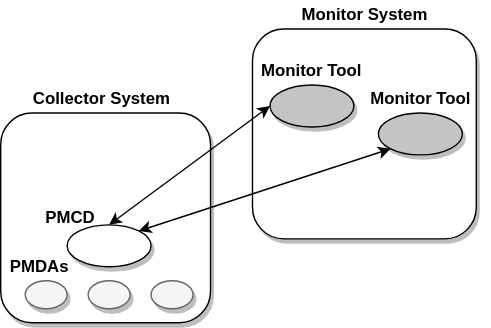
Before: images/remote-deploy.svg, a diagram exported from draw.io (performancecopilot/pcp). Source tidied: cells renumbered, new cells last; positions are measured from the earlier drawing's top-left corner, leaving out a move shared by most shapes.
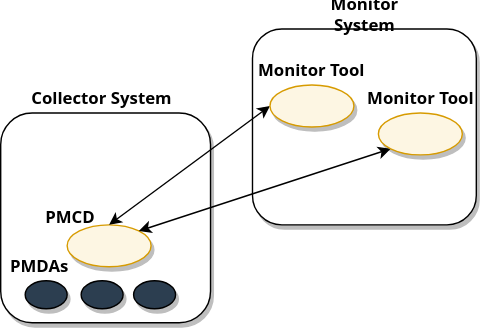
After the change.

Change to the diagram source:
```diff
@@ -2,53 +2,57 @@
   <root>
     <mxCell id="0" />
     <mxCell id="1" parent="0" />
-    <mxCell id="2" style="rounded=1;whiteSpace=wrap;html=1;shadow=1;fontStyle=1;" parent="1" vertex="1">
+    <mxCell id="2" style="rounded=1;whiteSpace=wrap;html=1;shadow=1;fontStyle=1;fontFamily=Sans;" parent="1" vertex="1">
       <mxGeometry y="80" width="150" height="150" as="geometry" />
     </mxCell>
-    <mxCell id="3" style="rounded=1;whiteSpace=wrap;html=1;shadow=1;fontStyle=1;" parent="1" vertex="1">
-      <mxGeometry x="180" y="20" width="160" height="150" as="geometry" />
+    <mxCell id="3" style="rounded=1;whiteSpace=wrap;html=1;shadow=1;fontStyle=1;fontFamily=Sans;" parent="1" vertex="1">
+      <mxGeometry x="180" y="20" width="160" height="140" as="geometry" />
     </mxCell>
-    <mxCell id="4" style="ellipse;whiteSpace=wrap;html=1;fillColor=#C4C4C4;shadow=1;fontStyle=1;" parent="1" vertex="1">
-      <mxGeometry x="192.5" y="60" width="60" height="30" as="geometry" />
-    </mxCell>
-    <mxCell id="5" style="ellipse;whiteSpace=wrap;html=1;fillColor=#C4C4C4;shadow=1;fontStyle=1;" parent="1" vertex="1">
-      <mxGeometry x="270" y="80" width="60" height="30" as="geometry" />
-    </mxCell>
-    <mxCell id="6" style="ellipse;whiteSpace=wrap;html=1;shadow=1;fontStyle=1;" parent="1" vertex="1">
+    <mxCell id="6" style="ellipse;whiteSpace=wrap;html=1;shadow=1;fontStyle=1;fillColor=#FDF6E3;strokeColor=#D79B00;fontFamily=Sans;" parent="1" vertex="1">
       <mxGeometry x="47.5" y="160" width="60" height="30" as="geometry" />
     </mxCell>
-    <mxCell id="7" style="ellipse;whiteSpace=wrap;html=1;fillColor=#f5f5f5;strokeColor=#666666;fontColor=#333333;shadow=1;fontStyle=1;" parent="1" vertex="1">
+    <mxCell id="7" style="ellipse;whiteSpace=wrap;html=1;fontColor=#333333;shadow=1;fontStyle=1;fillColor=#2C3E50;fontFamily=Sans;" parent="1" vertex="1">
       <mxGeometry x="17.5" y="200" width="30" height="20" as="geometry" />
     </mxCell>
-    <mxCell id="8" style="ellipse;whiteSpace=wrap;html=1;fillColor=#f5f5f5;strokeColor=#666666;fontColor=#333333;shadow=1;fontStyle=1;" parent="1" vertex="1">
-      <mxGeometry x="62.5" y="200" width="30" height="20" as="geometry" />
-    </mxCell>
-    <mxCell id="9" style="ellipse;whiteSpace=wrap;html=1;fillColor=#f5f5f5;strokeColor=#666666;fontColor=#333333;shadow=1;fontStyle=1;" parent="1" vertex="1">
-      <mxGeometry x="107.5" y="200" width="30" height="20" as="geometry" />
-    </mxCell>
-    <mxCell id="10" style="endArrow=classic;startArrow=classic;html=1;exitX=0.5;exitY=0;exitDx=0;exitDy=0;entryX=0;entryY=0.5;entryDx=0;entryDy=0;shadow=0;fontStyle=1;" parent="1" edge="1" source="6" target="4">
-      <mxGeometry relative="1" as="geometry" />
+    <mxCell id="10" style="endArrow=classic;startArrow=classic;html=1;exitX=0.5;exitY=0;exitDx=0;exitDy=0;entryX=0;entryY=0.5;entryDx=0;entryDy=0;shadow=0;fontStyle=1;fontFamily=Sans;" parent="1" edge="1" source="6">
+      <mxGeometry relative="1" as="geometry">
+        <mxPoint x="192.5" y="75" as="targetPoint" />
+      </mxGeometry>
     </mxCell>
-    <mxCell id="11" style="endArrow=classic;startArrow=classic;html=1;exitX=1;exitY=0;exitDx=0;exitDy=0;entryX=0;entryY=1;entryDx=0;entryDy=0;shadow=0;fontStyle=1;" parent="1" edge="1" source="6" target="5">
-      <mxGeometry relative="1" as="geometry" />
+    <mxCell id="11" style="endArrow=classic;startArrow=classic;html=1;exitX=1;exitY=0;exitDx=0;exitDy=0;entryX=0;entryY=1;entryDx=0;entryDy=0;shadow=0;fontStyle=1;fontFamily=Sans;" parent="1" edge="1" source="6">
+      <mxGeometry relative="1" as="geometry">
+        <mxPoint x="278.8" y="105.6" as="targetPoint" />
+      </mxGeometry>
     </mxCell>
-    <mxCell id="12" value="Collector System" style="text;html=1;strokeColor=none;fillColor=none;align=center;verticalAlign=middle;whiteSpace=wrap;rounded=0;shadow=1;fontStyle=1;" parent="1" vertex="1">
+    <mxCell id="12" value="Collector System" style="text;html=1;strokeColor=none;fillColor=none;align=center;verticalAlign=middle;whiteSpace=wrap;rounded=0;shadow=1;fontStyle=1;fontFamily=Sans;" parent="1" vertex="1">
       <mxGeometry x="20" y="60" width="105" height="20" as="geometry" />
     </mxCell>
-    <mxCell id="13" value="Monitor System" style="text;html=1;strokeColor=none;fillColor=none;align=center;verticalAlign=middle;whiteSpace=wrap;rounded=0;shadow=1;fontStyle=1;" parent="1" vertex="1">
+    <mxCell id="13" value="Monitor System" style="text;html=1;strokeColor=none;fillColor=none;align=center;verticalAlign=middle;whiteSpace=wrap;rounded=0;shadow=1;fontStyle=1;fontFamily=Sans;" parent="1" vertex="1">
       <mxGeometry x="212.5" width="95" height="20" as="geometry" />
     </mxCell>
-    <mxCell id="14" value="Monitor Tool" style="text;html=1;strokeColor=none;fillColor=none;align=center;verticalAlign=middle;whiteSpace=wrap;rounded=0;shadow=1;fontStyle=1;" parent="1" vertex="1">
+    <mxCell id="14" value="Monitor Tool" style="text;html=1;strokeColor=none;fillColor=none;align=center;verticalAlign=middle;whiteSpace=wrap;rounded=0;shadow=1;fontStyle=1;fontFamily=Sans;" parent="1" vertex="1">
       <mxGeometry x="175" y="40" width="95" height="20" as="geometry" />
     </mxCell>
-    <mxCell id="15" value="Monitor Tool" style="text;html=1;strokeColor=none;fillColor=none;align=center;verticalAlign=middle;whiteSpace=wrap;rounded=0;shadow=1;fontStyle=1;" parent="1" vertex="1">
+    <mxCell id="15" value="Monitor Tool" style="text;html=1;strokeColor=none;fillColor=none;align=center;verticalAlign=middle;whiteSpace=wrap;rounded=0;shadow=1;fontStyle=1;fontFamily=Sans;" parent="1" vertex="1">
       <mxGeometry x="252.5" y="60" width="95" height="20" as="geometry" />
     </mxCell>
-    <mxCell id="16" value="PMCD" style="text;html=1;strokeColor=none;fillColor=none;align=center;verticalAlign=middle;whiteSpace=wrap;rounded=0;shadow=1;fontStyle=1;" parent="1" vertex="1">
+    <mxCell id="16" value="PMCD" style="text;html=1;strokeColor=none;fillColor=none;align=center;verticalAlign=middle;whiteSpace=wrap;rounded=0;shadow=1;fontStyle=1;fontFamily=Sans;" parent="1" vertex="1">
       <mxGeometry x="30" y="145" width="40" height="20" as="geometry" />
     </mxCell>
-    <mxCell id="17" value="PMDAs" style="text;html=1;strokeColor=none;fillColor=none;align=center;verticalAlign=middle;whiteSpace=wrap;rounded=0;shadow=1;fontStyle=1;" parent="1" vertex="1">
+    <mxCell id="17" value="PMDAs" style="text;html=1;strokeColor=none;fillColor=none;align=center;verticalAlign=middle;whiteSpace=wrap;rounded=0;shadow=1;fontStyle=1;fontFamily=Sans;" parent="1" vertex="1">
       <mxGeometry x="7.5" y="180" width="40" height="20" as="geometry" />
     </mxCell>
+    <mxCell id="18" style="ellipse;whiteSpace=wrap;html=1;fontColor=#333333;shadow=1;fontStyle=1;fillColor=#2C3E50;fontFamily=Sans;" parent="1" vertex="1">
+      <mxGeometry x="95" y="200" width="30" height="20" as="geometry" />
+    </mxCell>
+    <mxCell id="19" style="ellipse;whiteSpace=wrap;html=1;fontColor=#333333;shadow=1;fontStyle=1;fillColor=#2C3E50;fontFamily=Sans;" parent="1" vertex="1">
+      <mxGeometry x="57.5" y="200" width="30" height="20" as="geometry" />
+    </mxCell>
+    <mxCell id="20" style="ellipse;whiteSpace=wrap;html=1;shadow=1;fontStyle=1;fillColor=#FDF6E3;strokeColor=#D79B00;fontFamily=Sans;" parent="1" vertex="1">
+      <mxGeometry x="270" y="80" width="60" height="30" as="geometry" />
+    </mxCell>
+    <mxCell id="21" style="ellipse;whiteSpace=wrap;html=1;shadow=1;fontStyle=1;fillColor=#FDF6E3;strokeColor=#D79B00;fontFamily=Sans;" parent="1" vertex="1">
+      <mxGeometry x="192.5" y="60" width="60" height="30" as="geometry" />
+    </mxCell>
   </root>
 </mxGraphModel>
```
